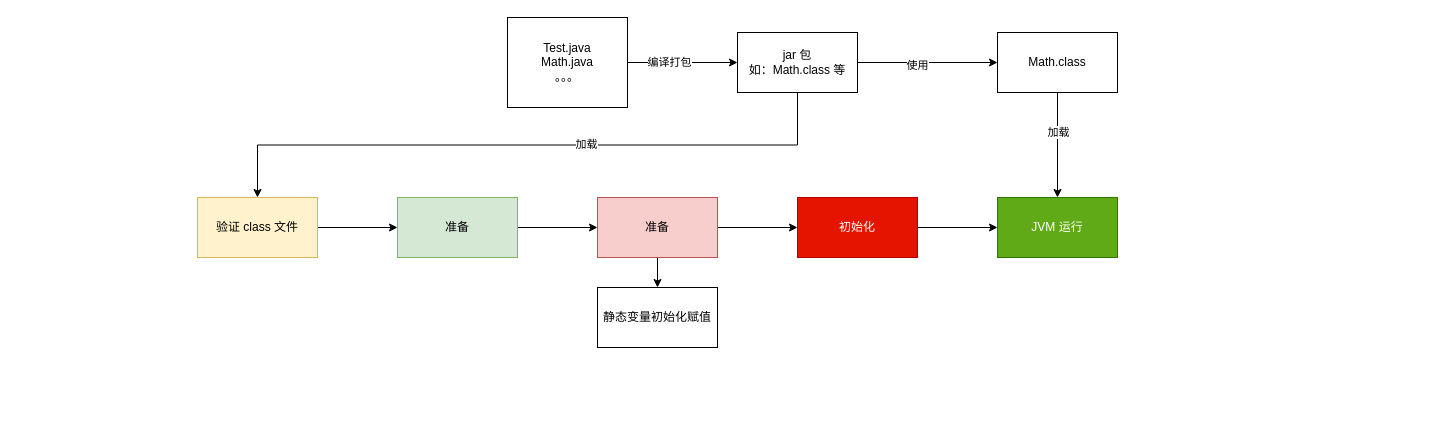
This is utilsdemo/src/main/resources/FlowDiagram/JVM类加载机制.drawio from an-1024/WorkUtil, a draw.io file, before an edit. Source tidied: cells renumbered, new cells numbered last; positions are measured from the earlier drawing's top-left corner, leaving out a move shared by most shapes. Both pictures are drawn from the tidied source at 100%, with x=0, y=0 at pixel (197, 17).
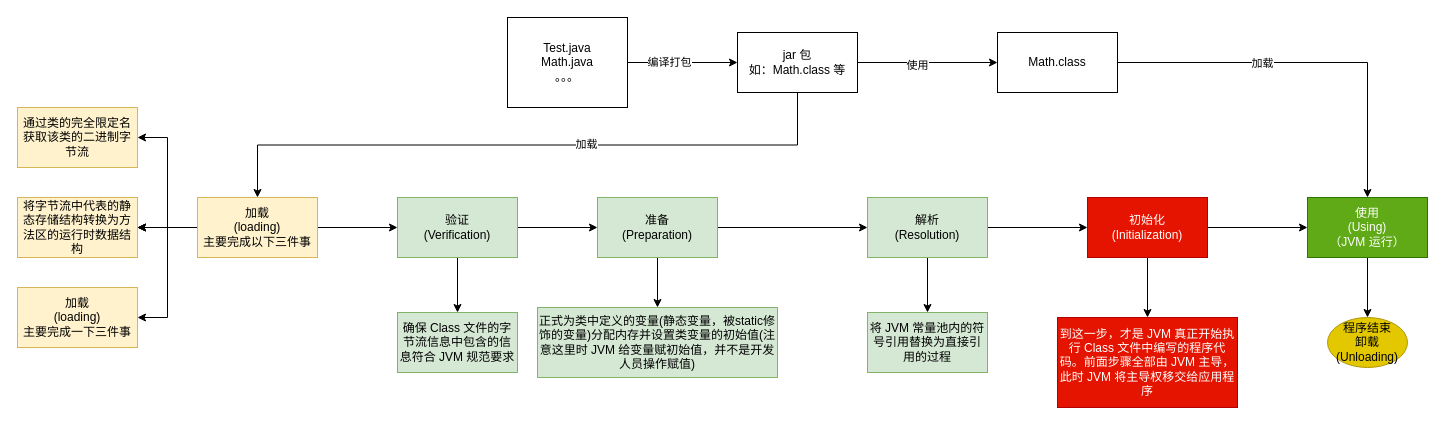
Above is the later version.

Commit message:
更新JVM类加载机制.drawio

What changed in the source:
```diff
@@
+    <mxCell id="26" style="edgeStyle=orthogonalEdgeStyle;rounded=0;jettySize=auto;html=1;exitX=0;exitY=0.5;exitDx=0;exitDy=0;entryX=1;entryY=0.5;entryDx=0;entryDy=0;" parent="1" edge="1" source="16" target="40">
+      <mxGeometry relative="1" as="geometry" />
+    </mxCell>
+    <mxCell id="27" style="edgeStyle=orthogonalEdgeStyle;rounded=0;jettySize=auto;html=1;" parent="1" edge="1" source="16" target="41">
+      <mxGeometry relative="1" as="geometry" />
+    </mxCell>
+    <mxCell id="28" style="edgeStyle=orthogonalEdgeStyle;rounded=0;jettySize=auto;html=1;" parent="1" edge="1" source="16" target="41">
+      <mxGeometry relative="1" as="geometry" />
+    </mxCell>
+    <mxCell id="29" style="edgeStyle=orthogonalEdgeStyle;rounded=0;jettySize=auto;html=1;" parent="1" edge="1" source="16" target="41">
+      <mxGeometry relative="1" as="geometry" />
+    </mxCell>
+    <mxCell id="30" style="edgeStyle=orthogonalEdgeStyle;rounded=0;jettySize=auto;html=1;entryX=1;entryY=0.5;entryDx=0;entryDy=0;" parent="1" edge="1" source="16" target="42">
+      <mxGeometry relative="1" as="geometry" />
+    </mxCell>
-    <mxCell id="16" value="验证 class 文件" style="whiteSpace=wrap;html=1;rounded=0;fillColor=#fff2cc;strokeColor=#d6b656;" parent="1" vertex="1">
+    <mxCell id="16" value="加载&lt;br&gt;(loading&lt;span style=&quot;background-color: initial;&quot;&gt;)&lt;br&gt;主要完成以下三件事&lt;br&gt;&lt;/span&gt;" style="whiteSpace=wrap;html=1;rounded=0;fillColor=#fff2cc;strokeColor=#d6b656;" parent="1" vertex="1">
       <mxGeometry y="180" width="120" height="60" as="geometry" />
     </mxCell>
@@
+    <mxCell id="31" style="edgeStyle=orthogonalEdgeStyle;rounded=0;jettySize=auto;html=1;" parent="1" edge="1" source="18" target="43">
+      <mxGeometry relative="1" as="geometry" />
+    </mxCell>
-    <mxCell id="18" value="准备" style="whiteSpace=wrap;html=1;rounded=0;fillColor=#d5e8d4;strokeColor=#82b366;" parent="1" vertex="1">
+    <mxCell id="18" value="验证&lt;br&gt;(Verification&lt;span style=&quot;background-color: initial;&quot;&gt;)&lt;/span&gt;" style="whiteSpace=wrap;html=1;rounded=0;fillColor=#d5e8d4;strokeColor=#82b366;" parent="1" vertex="1">
       <mxGeometry x="200" y="180" width="120" height="60" as="geometry" />
     </mxCell>
-    <mxCell id="19" style="edgeStyle=orthogonalEdgeStyle;rounded=0;jettySize=auto;html=1;" parent="1" edge="1" source="21" target="23">
-      <mxGeometry relative="1" as="geometry" />
-    </mxCell>
-    <mxCell id="20" style="edgeStyle=orthogonalEdgeStyle;rounded=0;jettySize=auto;html=1;" parent="1" edge="1" source="21" target="25">
-      <mxGeometry relative="1" as="geometry" />
-    </mxCell>
+    <mxCell id="32" style="edgeStyle=orthogonalEdgeStyle;rounded=0;jettySize=auto;html=1;entryX=0;entryY=0.5;entryDx=0;entryDy=0;" parent="1" edge="1" source="21" target="38">
+      <mxGeometry relative="1" as="geometry" />
+    </mxCell>
+    <mxCell id="33" style="edgeStyle=orthogonalEdgeStyle;rounded=0;jettySize=auto;html=1;" parent="1" edge="1" source="21" target="44">
+      <mxGeometry relative="1" as="geometry" />
+    </mxCell>
-    <mxCell id="21" value="准备" style="whiteSpace=wrap;html=1;rounded=0;fillColor=#f8cecc;strokeColor=#b85450;" parent="1" vertex="1">
+    <mxCell id="21" value="准备&lt;br&gt;(Preparation&lt;span style=&quot;background-color: initial;&quot;&gt;)&lt;/span&gt;" style="whiteSpace=wrap;html=1;rounded=0;fillColor=#d5e8d4;strokeColor=#82b366;" parent="1" vertex="1">
       <mxGeometry x="400" y="180" width="120" height="60" as="geometry" />
     </mxCell>
@@
+    <mxCell id="34" style="edgeStyle=orthogonalEdgeStyle;rounded=0;jettySize=auto;html=1;entryX=0.5;entryY=0;entryDx=0;entryDy=0;" parent="1" edge="1" source="23" target="46">
+      <mxGeometry relative="1" as="geometry" />
+    </mxCell>
-    <mxCell id="23" value="初始化" style="whiteSpace=wrap;html=1;rounded=0;fillColor=#e51400;strokeColor=#B20000;fontColor=#ffffff;" parent="1" vertex="1">
-      <mxGeometry x="600" y="180" width="120" height="60" as="geometry" />
+    <mxCell id="23" value="初始化&lt;br&gt;(Initialization&lt;span style=&quot;background-color: initial;&quot;&gt;)&lt;/span&gt;" style="whiteSpace=wrap;html=1;rounded=0;fillColor=#e51400;strokeColor=#B20000;fontColor=#ffffff;" parent="1" vertex="1">
+      <mxGeometry x="890" y="180" width="120" height="60" as="geometry" />
     </mxCell>
+    <mxCell id="35" style="edgeStyle=orthogonalEdgeStyle;rounded=0;jettySize=auto;html=1;" parent="1" edge="1" source="24" target="39">
+      <mxGeometry relative="1" as="geometry" />
+    </mxCell>
-    <mxCell id="24" value="JVM 运行" style="whiteSpace=wrap;html=1;rounded=0;fillColor=#60a917;fontColor=#ffffff;strokeColor=#2D7600;" parent="1" vertex="1">
-      <mxGeometry x="800" y="180" width="120" height="60" as="geometry" />
+    <mxCell id="24" value="使用&lt;br&gt;(Using)&lt;br&gt;（JVM 运行）" style="whiteSpace=wrap;html=1;rounded=0;fillColor=#60a917;fontColor=#ffffff;strokeColor=#2D7600;" parent="1" vertex="1">
+      <mxGeometry x="1110" y="180" width="120" height="60" as="geometry" />
     </mxCell>
-    <mxCell id="25" value="静态变量初始化赋值" style="whiteSpace=wrap;html=1;rounded=0;" parent="1" vertex="1">
-      <mxGeometry x="400" y="270" width="120" height="60" as="geometry" />
-    </mxCell>
+    <mxCell id="36" style="edgeStyle=orthogonalEdgeStyle;rounded=0;jettySize=auto;html=1;" parent="1" edge="1" source="38" target="23">
+      <mxGeometry relative="1" as="geometry" />
+    </mxCell>
+    <mxCell id="37" style="edgeStyle=orthogonalEdgeStyle;rounded=0;jettySize=auto;html=1;" parent="1" edge="1" source="38" target="45">
+      <mxGeometry relative="1" as="geometry" />
+    </mxCell>
+    <mxCell id="38" value="解析&lt;br&gt;(Resolution&lt;span style=&quot;background-color: initial;&quot;&gt;)&lt;/span&gt;" style="whiteSpace=wrap;html=1;rounded=0;fillColor=#d5e8d4;strokeColor=#82b366;" parent="1" vertex="1">
+      <mxGeometry x="670" y="180" width="120" height="60" as="geometry" />
+    </mxCell>
+    <mxCell id="39" value="程序结束&lt;br&gt;卸载&lt;br&gt;(Unloading)" style="ellipse;whiteSpace=wrap;html=1;fillColor=#e3c800;strokeColor=#B09500;fontColor=#000000;rounded=0;" parent="1" vertex="1">
+      <mxGeometry x="1130" y="300" width="80" height="50" as="geometry" />
+    </mxCell>
+    <mxCell id="40" value="通过类的完全限定名获取该类的二进制字节流" style="whiteSpace=wrap;html=1;rounded=0;fillColor=#fff2cc;strokeColor=#d6b656;" parent="1" vertex="1">
+      <mxGeometry x="-180" y="90" width="120" height="60" as="geometry" />
+    </mxCell>
+    <mxCell id="41" value="&lt;span style=&quot;background-color: initial;&quot;&gt;将字节流中代表的静态存储结构转换为方法区的运行时数据结构&lt;br&gt;&lt;/span&gt;" style="whiteSpace=wrap;html=1;rounded=0;fillColor=#fff2cc;strokeColor=#d6b656;" parent="1" vertex="1">
+      <mxGeometry x="-180" y="180" width="120" height="60" as="geometry" />
+    </mxCell>
+    <mxCell id="42" value="加载&lt;br&gt;(loading&lt;span style=&quot;background-color: initial;&quot;&gt;)&lt;br&gt;主要完成一下三件事&lt;br&gt;&lt;/span&gt;" style="whiteSpace=wrap;html=1;rounded=0;fillColor=#fff2cc;strokeColor=#d6b656;" parent="1" vertex="1">
+      <mxGeometry x="-180" y="270" width="120" height="60" as="geometry" />
+    </mxCell>
+    <mxCell id="43" value="确保 Class 文件的字节流信息中包含的信息符合 JVM 规范要求" style="whiteSpace=wrap;html=1;rounded=0;fillColor=#d5e8d4;strokeColor=#82b366;" parent="1" vertex="1">
+      <mxGeometry x="200" y="295" width="120" height="60" as="geometry" />
+    </mxCell>
+    <mxCell id="44" value="正式为类中定义的变量(静态变量，被static修饰的变量)分配内存并设置类变量的初始值(注意这里时 JVM 给变量赋初始值，并不是开发人员操作赋值)" style="whiteSpace=wrap;html=1;rounded=0;fillColor=#d5e8d4;strokeColor=#82b366;" parent="1" vertex="1">
+      <mxGeometry x="340" y="290" width="240" height="70" as="geometry" />
+    </mxCell>
+    <mxCell id="45" value="将 JVM 常量池内的符号引用替换为直接引用的过程" style="whiteSpace=wrap;html=1;fillColor=#d5e8d4;strokeColor=#82b366;rounded=0;" parent="1" vertex="1">
+      <mxGeometry x="670" y="295" width="120" height="60" as="geometry" />
+    </mxCell>
+    <mxCell id="46" value="到这一步，才是 JVM 真正开始执行 Class 文件中编写的程序代码。前面步骤全部由 JVM 主导，此时 JVM 将主导权移交给应用程序" style="whiteSpace=wrap;html=1;fillColor=#e51400;strokeColor=#B20000;fontColor=#ffffff;rounded=0;" parent="1" vertex="1">
+      <mxGeometry x="860" y="300" width="180" height="90" as="geometry" />
+    </mxCell>
```
